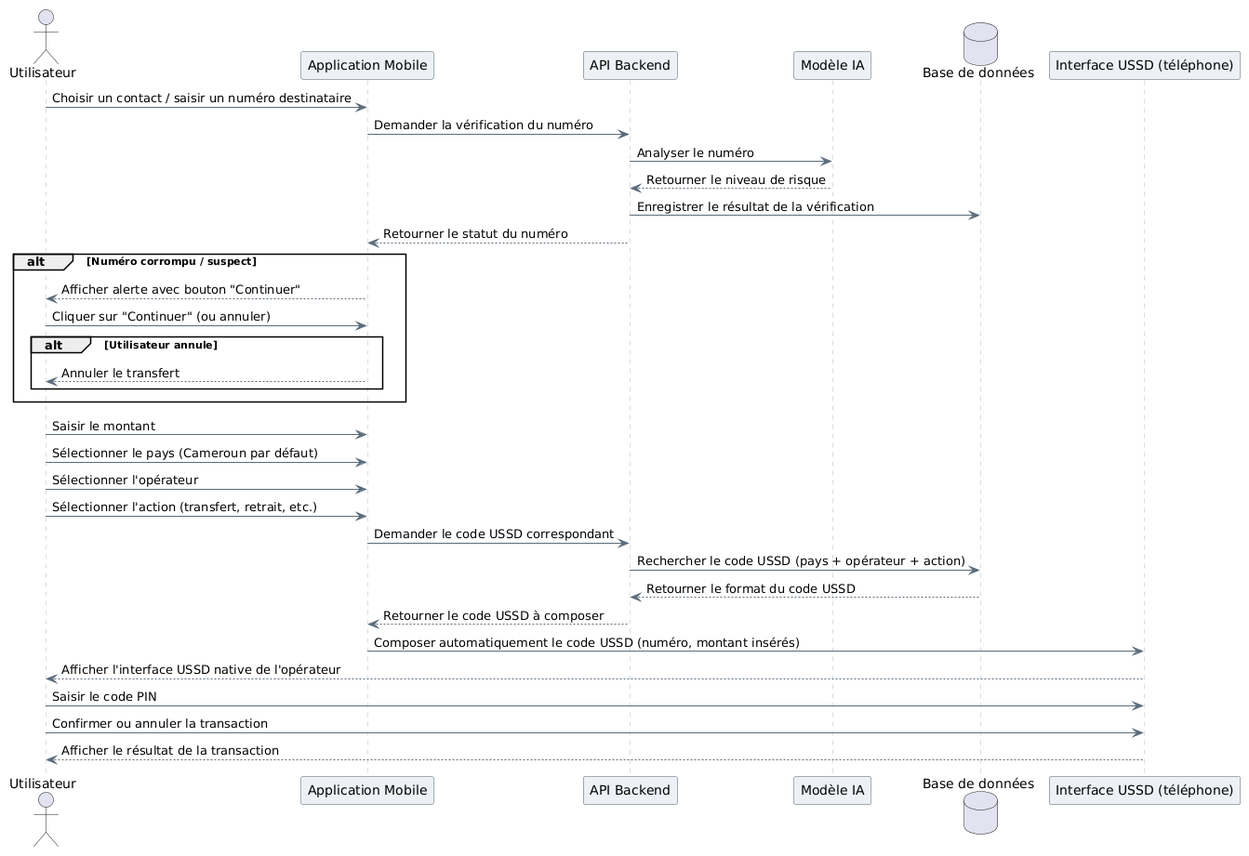
Earlier version of the PlantUML export Diagrammes/Diagrammes de Séquence/Transférer de l'argent.png (kwismo-support/Kwismo). The source it was exported from:
```plantuml
@startuml
skinparam backgroundColor #FFFFFF
skinparam shadowing false
skinparam defaultFontName Arial
skinparam SequenceParticipantBackgroundColor #EDF1F5
skinparam SequenceParticipantBorderColor #4A5A6A
skinparam SequenceLifeLineBorderColor #B0BAC5
skinparam SequenceArrowColor #5A6B7B

actor Utilisateur
participant "Application Mobile" as App
participant "API Backend" as API
participant "Modèle IA" as IA
database "Base de données" as BD
participant "Interface USSD (téléphone)" as USSD

Utilisateur -> App : Choisir un contact / saisir un numéro destinataire
App -> API : Demander la vérification du numéro
API -> IA : Analyser le numéro
IA --> API : Retourner le niveau de risque
API -> BD : Enregistrer le résultat de la vérification
API --> App : Retourner le statut du numéro

alt Numéro corrompu / suspect
  App --> Utilisateur : Afficher alerte avec bouton "Continuer"
  Utilisateur -> App : Cliquer sur "Continuer" (ou annuler)
  alt Utilisateur annule
    App --> Utilisateur : Annuler le transfert
  end
end

Utilisateur -> App : Saisir le montant
Utilisateur -> App : Sélectionner le pays (Cameroun par défaut)
Utilisateur -> App : Sélectionner l'opérateur
Utilisateur -> App : Sélectionner l'action (transfert, retrait, etc.)
App -> API : Demander le code USSD correspondant
API -> BD : Rechercher le code USSD (pays + opérateur + action)
BD --> API : Retourner le format du code USSD
API --> App : Retourner le code USSD à composer
App -> USSD : Composer automatiquement le code USSD (numéro, montant insérés)
USSD --> Utilisateur : Afficher l'interface USSD native de l'opérateur
Utilisateur -> USSD : Saisir le code PIN
Utilisateur -> USSD : Confirmer ou annuler la transaction
USSD --> Utilisateur : Afficher le résultat de la transaction
@enduml
```
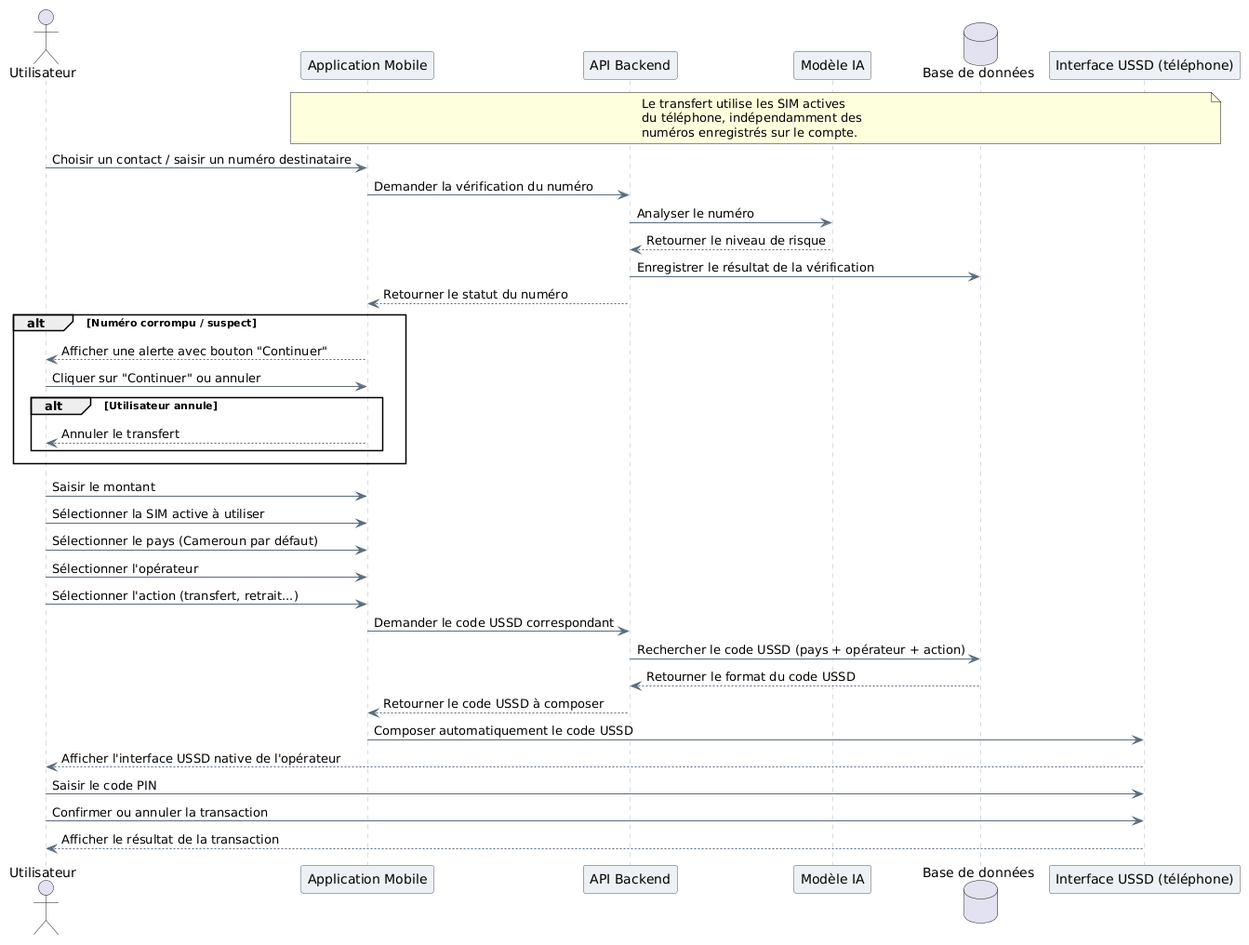
The same file after the commit.

Change to the diagram source:
```diff
@@ -14,6 +14,12 @@
 database "Base de données" as BD
 participant "Interface USSD (téléphone)" as USSD
 
+note over App, USSD
+  Le transfert utilise les SIM actives
+  du téléphone, indépendamment des
+  numéros enregistrés sur le compte.
+end note
+
 Utilisateur -> App : Choisir un contact / saisir un numéro destinataire
 App -> API : Demander la vérification du numéro
 API -> IA : Analyser le numéro
@@ -22,22 +28,23 @@
 API --> App : Retourner le statut du numéro
 
 alt Numéro corrompu / suspect
-  App --> Utilisateur : Afficher alerte avec bouton "Continuer"
-  Utilisateur -> App : Cliquer sur "Continuer" (ou annuler)
+  App --> Utilisateur : Afficher une alerte avec bouton "Continuer"
+  Utilisateur -> App : Cliquer sur "Continuer" ou annuler
   alt Utilisateur annule
     App --> Utilisateur : Annuler le transfert
   end
 end
 
 Utilisateur -> App : Saisir le montant
+Utilisateur -> App : Sélectionner la SIM active à utiliser
 Utilisateur -> App : Sélectionner le pays (Cameroun par défaut)
 Utilisateur -> App : Sélectionner l'opérateur
-Utilisateur -> App : Sélectionner l'action (transfert, retrait, etc.)
+Utilisateur -> App : Sélectionner l'action (transfert, retrait...)
 App -> API : Demander le code USSD correspondant
 API -> BD : Rechercher le code USSD (pays + opérateur + action)
 BD --> API : Retourner le format du code USSD
 API --> App : Retourner le code USSD à composer
-App -> USSD : Composer automatiquement le code USSD (numéro, montant insérés)
+App -> USSD : Composer automatiquement le code USSD
 USSD --> Utilisateur : Afficher l'interface USSD native de l'opérateur
 Utilisateur -> USSD : Saisir le code PIN
 Utilisateur -> USSD : Confirmer ou annuler la transaction
```
